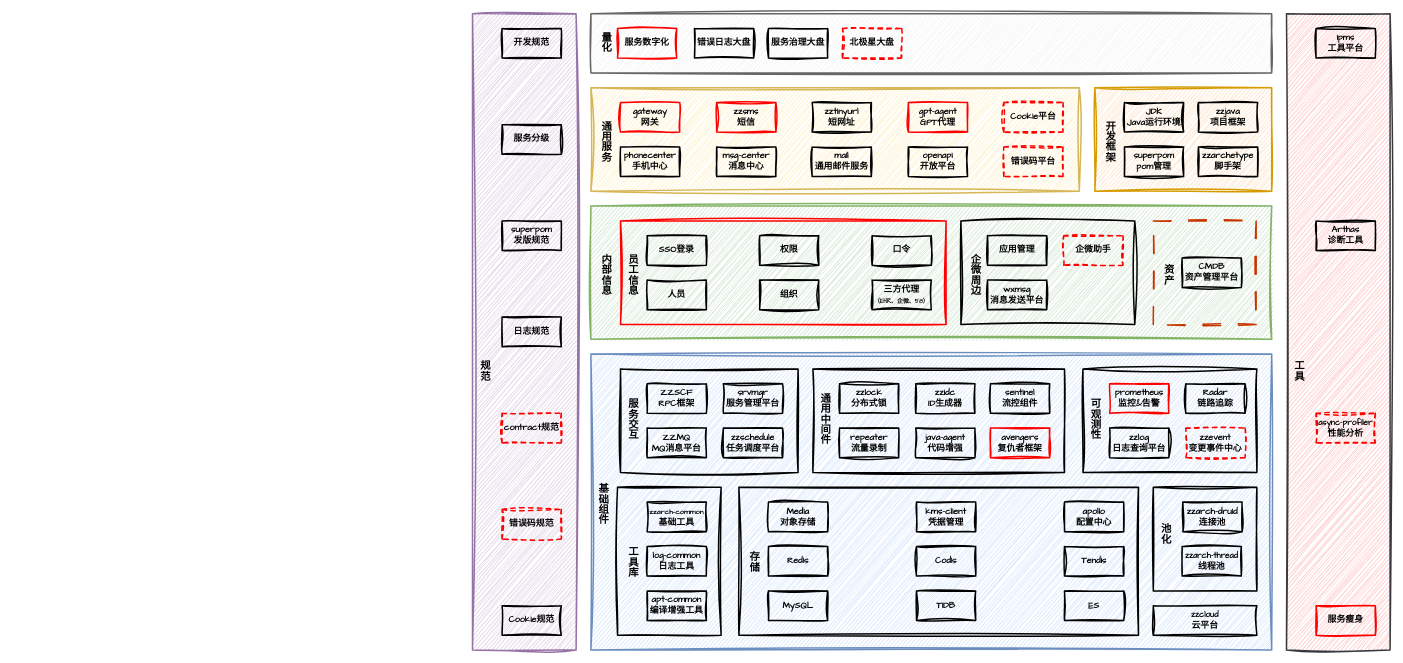
The draw.io diagram tech/arch/架构部技术体系.drawio in zhuanzhuan-tech/arch-draw-io, before the edit. Source tidied: cells renumbered, new cells numbered last; positions are measured from the earlier drawing's top-left corner, leaving out a move shared by most shapes. Both pictures are drawn from the tidied source at 74%, with x=0, y=0 at pixel (465, 13).
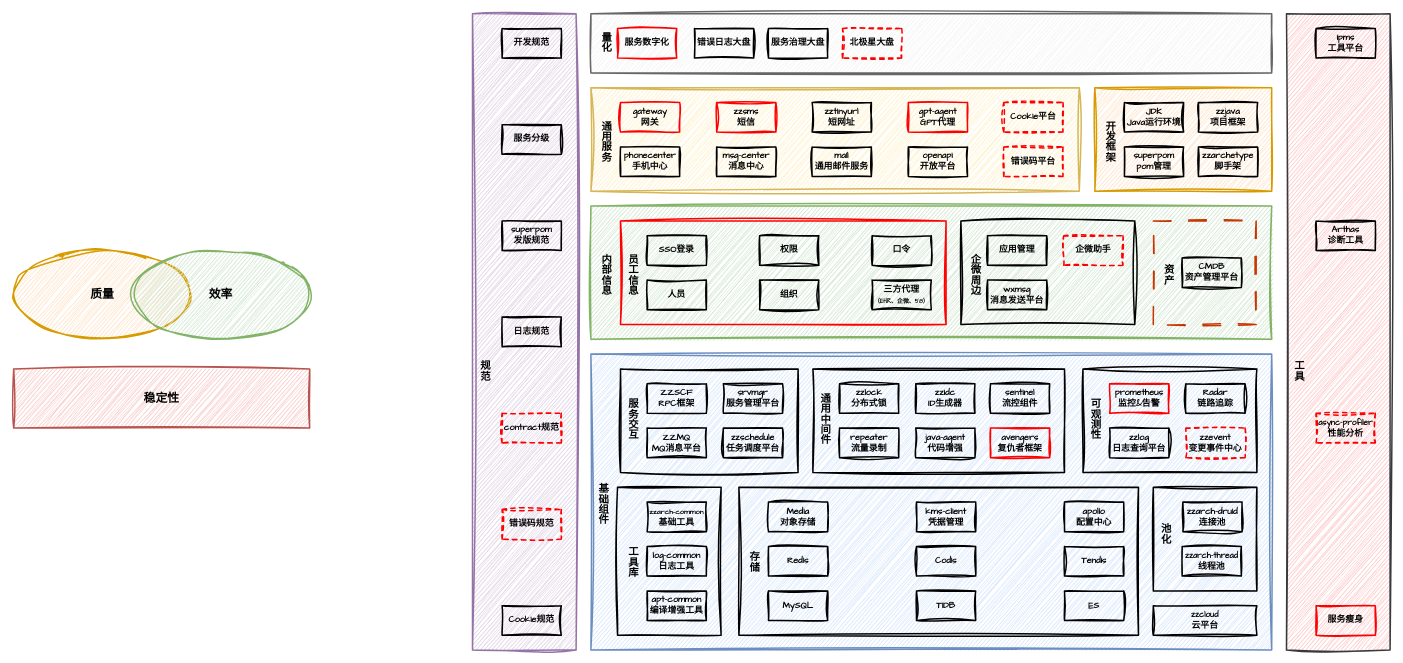
The same page after the edit.

Commit message:
更新架构部技术体系.drawio

What changed in the source:
```diff
@@
+    <mxCell id="102" value="&lt;font style=&quot;font-size: 16px;&quot;&gt;&lt;b&gt;稳定性&lt;/b&gt;&lt;/font&gt;" style="rounded=0;whiteSpace=wrap;html=1;sketch=1;hachureGap=4;jiggle=2;curveFitting=1;fontFamily=Architects Daughter;fillColor=#f8cecc;strokeWidth=2;strokeColor=#b85450;" parent="1" vertex="1">
+      <mxGeometry x="-610" y="480" width="400" height="80" as="geometry" />
+    </mxCell>
+    <mxCell id="103" value="&lt;font style=&quot;font-size: 16px;&quot;&gt;&lt;b&gt;质量&lt;/b&gt;&lt;/font&gt;" style="ellipse;whiteSpace=wrap;html=1;sketch=1;hachureGap=4;jiggle=2;curveFitting=1;fontFamily=Architects Daughter;fillColor=#ffe6cc;strokeWidth=2;strokeColor=#d79b00;" parent="1" vertex="1">
+      <mxGeometry x="-610" y="320" width="240" height="120" as="geometry" />
+    </mxCell>
+    <mxCell id="104" value="&lt;font style=&quot;font-size: 16px;&quot;&gt;&lt;b&gt;效率&lt;/b&gt;&lt;/font&gt;" style="ellipse;whiteSpace=wrap;html=1;sketch=1;hachureGap=4;jiggle=2;curveFitting=1;fontFamily=Architects Daughter;fillColor=#d5e8d4;strokeWidth=2;strokeColor=#82b366;" parent="1" vertex="1">
+      <mxGeometry x="-450" y="320" width="240" height="120" as="geometry" />
+    </mxCell>
```
